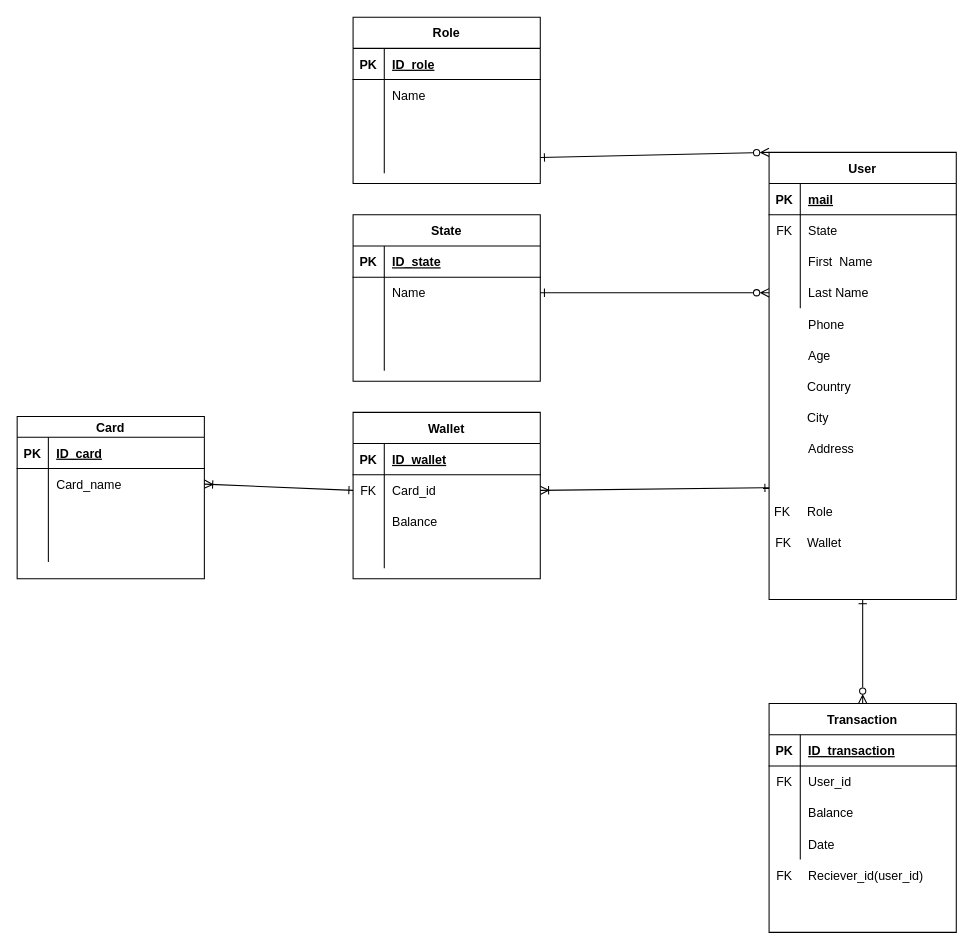
Earlier version of the draw.io diagram DataBase-Diagram.drawio (Coquixo/final-flow-diagram). Source tidied: cells renumbered, new cells numbered last; positions are measured from the earlier drawing's top-left corner, leaving out a move shared by most shapes. Both pictures are drawn from the tidied source at 104%, with x=0, y=0 at pixel (17, 17).
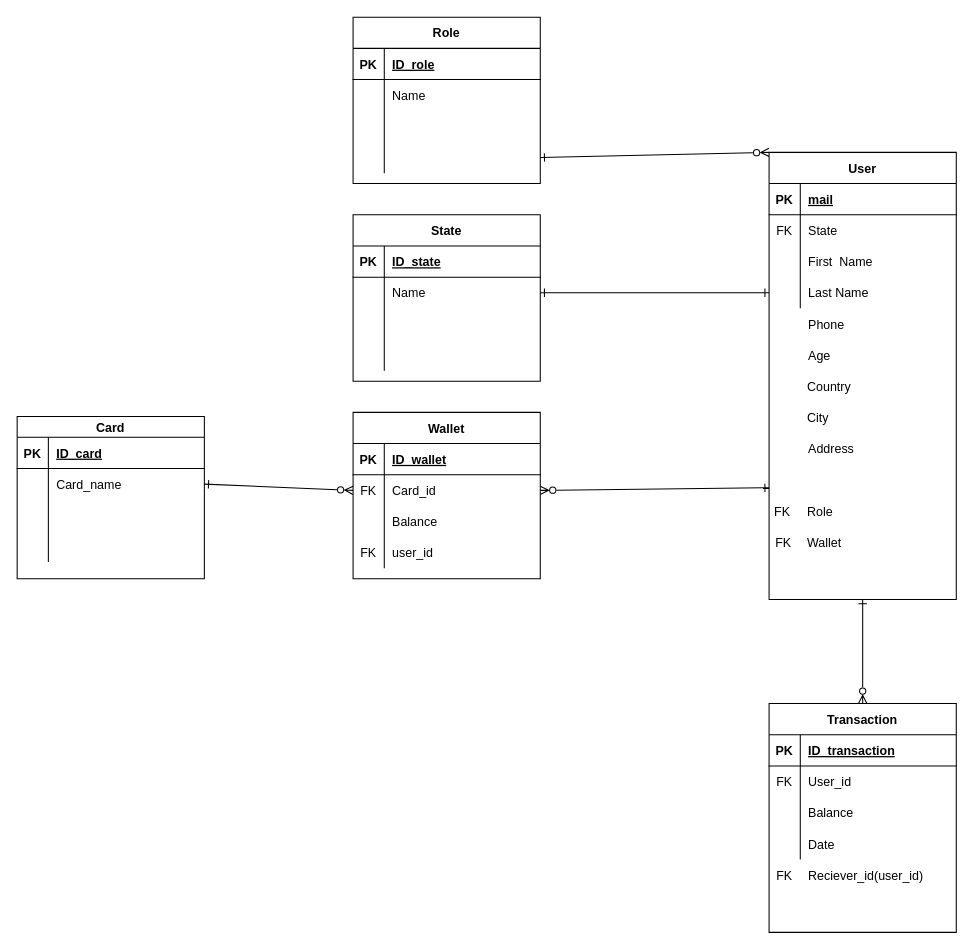
The same diagram, later.

Commit message:
Relations uptadet in order to fix a bug.drawio

The change refers to these unchanged cells:
```xml
<mxCell id="3" value="User" style="shape=table;startSize=30;childLayout=tableLayout;rowLines=0;fontStyle=1;align=center;" parent="1" vertex="1">
  <mxGeometry x="723" y="130" width="180" height="430" as="geometry" />
</mxCell>
<mxCell id="13" style="shape=tableRow;horizontal=0;startSize=0;swimlaneHead=0;swimlaneBody=0;fillColor=none;points=[[0,0.5],[1,0.5]];portConstraint=eastwest;top=0;left=0;right=0;bottom=0;" parent="3" vertex="1">
  <mxGeometry y="120" width="180" height="30" as="geometry" />
</mxCell>
<mxCell id="26" style="shape=tableRow;horizontal=0;startSize=0;swimlaneHead=0;swimlaneBody=0;fillColor=none;points=[[0,0.5],[1,0.5]];portConstraint=eastwest;top=0;left=0;right=0;bottom=0;" parent="22" vertex="1">
  <mxGeometry y="50" width="180" height="30" as="geometry" />
</mxCell>
<mxCell id="56" style="shape=tableRow;horizontal=0;startSize=0;swimlaneHead=0;swimlaneBody=0;fillColor=none;points=[[0,0.5],[1,0.5]];portConstraint=eastwest;top=0;left=0;right=0;bottom=0;" parent="52" vertex="1">
  <mxGeometry y="60" width="180" height="30" as="geometry" />
</mxCell>
<mxCell id="69" style="shape=tableRow;horizontal=0;startSize=0;swimlaneHead=0;swimlaneBody=0;fillColor=none;points=[[0,0.5],[1,0.5]];portConstraint=eastwest;top=0;left=0;right=0;bottom=0;" parent="65" vertex="1">
  <mxGeometry y="60" width="180" height="30" as="geometry" />
</mxCell>
```

The edit, as a diff of the source:
```diff
@@
-    <mxCell id="79" style="endArrow=ERzeroToMany;html=1;rounded=0;endFill=0;startArrow=ERone;startFill=0;exitX=1;exitY=0.5;exitDx=0;exitDy=0;entryX=0;entryY=0.5;entryDx=0;entryDy=0;" parent="1" edge="1" source="56" target="13">
+    <mxCell id="79" style="endArrow=ERone;html=1;rounded=0;endFill=0;startArrow=ERone;startFill=0;exitX=1;exitY=0.5;exitDx=0;exitDy=0;entryX=0;entryY=0.5;entryDx=0;entryDy=0;" parent="1" edge="1" source="56" target="13">
       <mxGeometry relative="1" as="geometry" />
     </mxCell>
@@
-    <mxCell id="81" style="endArrow=ERone;html=1;rounded=0;endFill=0;startArrow=ERoneToMany;startFill=0;exitX=1;exitY=0.5;exitDx=0;exitDy=0;entryX=0;entryY=0.5;entryDx=0;entryDy=0;" parent="1" edge="1" source="26" target="69">
+    <mxCell id="81" style="endArrow=ERzeroToMany;html=1;rounded=0;endFill=0;startArrow=ERone;startFill=0;exitX=1;exitY=0.5;exitDx=0;exitDy=0;entryX=0;entryY=0.5;entryDx=0;entryDy=0;" parent="1" edge="1" source="26" target="69">
       <mxGeometry relative="1" as="geometry" />
     </mxCell>
@@
-    <mxCell id="97" style="endArrow=ERone;html=1;rounded=0;endFill=0;startArrow=ERoneToMany;startFill=0;exitX=1;exitY=0.5;exitDx=0;exitDy=0;entryX=0;entryY=0.75;entryDx=0;entryDy=0;" parent="1" edge="1" source="69" target="3">
+    <mxCell id="97" style="endArrow=ERone;html=1;rounded=0;endFill=0;startArrow=ERzeroToMany;startFill=0;exitX=1;exitY=0.5;exitDx=0;exitDy=0;entryX=0;entryY=0.75;entryDx=0;entryDy=0;" parent="1" edge="1" source="69" target="3">
       <mxGeometry relative="1" as="geometry" />
     </mxCell>
+    <mxCell id="98" value="user_id" style="shape=partialRectangle;fillColor=none;top=0;left=0;bottom=0;right=0;align=left;spacingLeft=6;overflow=hidden;" parent="1" vertex="1">
+      <mxGeometry x="353" y="500" width="150" height="30" as="geometry" />
+    </mxCell>
+    <mxCell id="99" value="FK" style="shape=partialRectangle;fillColor=none;top=0;left=0;bottom=0;right=0;overflow=hidden;" parent="1" vertex="1">
+      <mxGeometry x="323" y="500" width="30" height="30" as="geometry" />
+    </mxCell>
```
